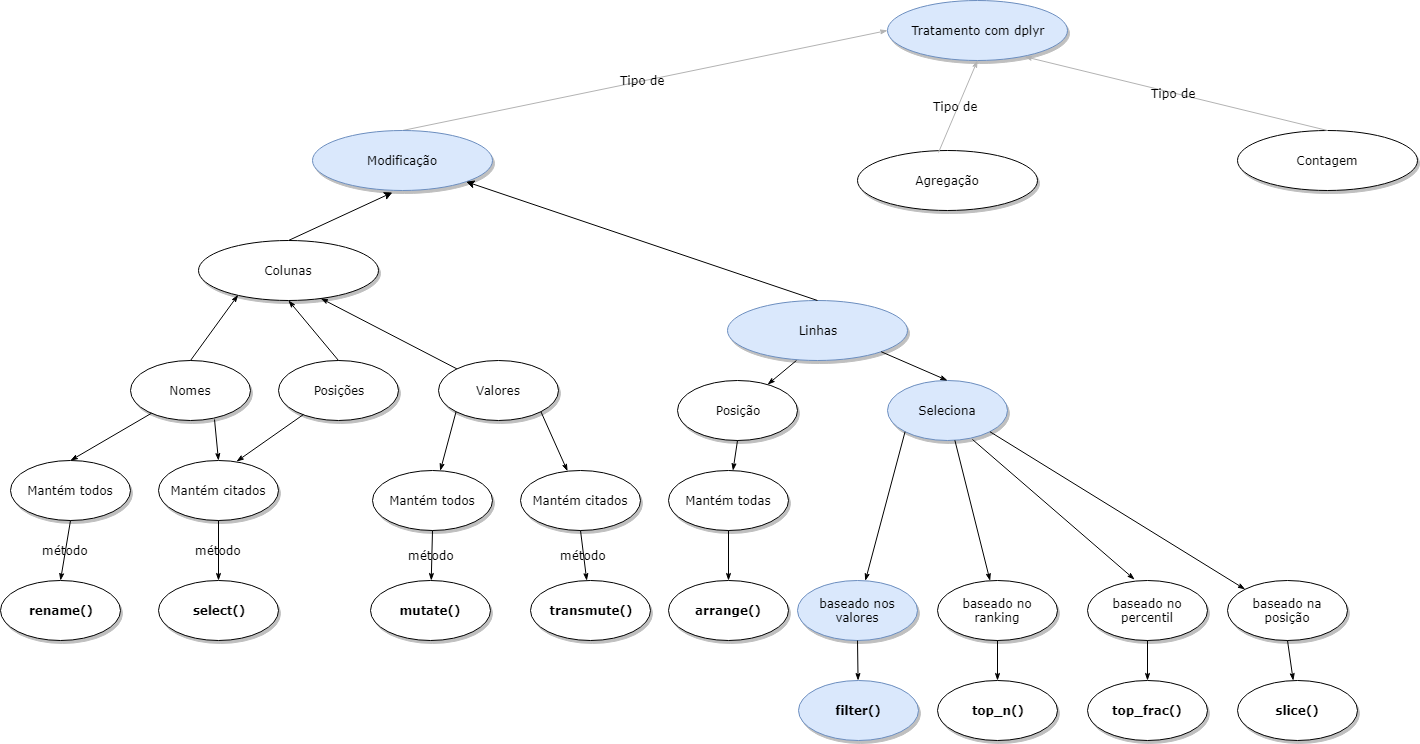
Earlier version of the draw.io export diagramas/dplyr_filter.png (crotman/CursoR). Source tidied: cells renumbered, new cells last; positions are measured from the earlier drawing's top-left corner, leaving out a move shared by most shapes.
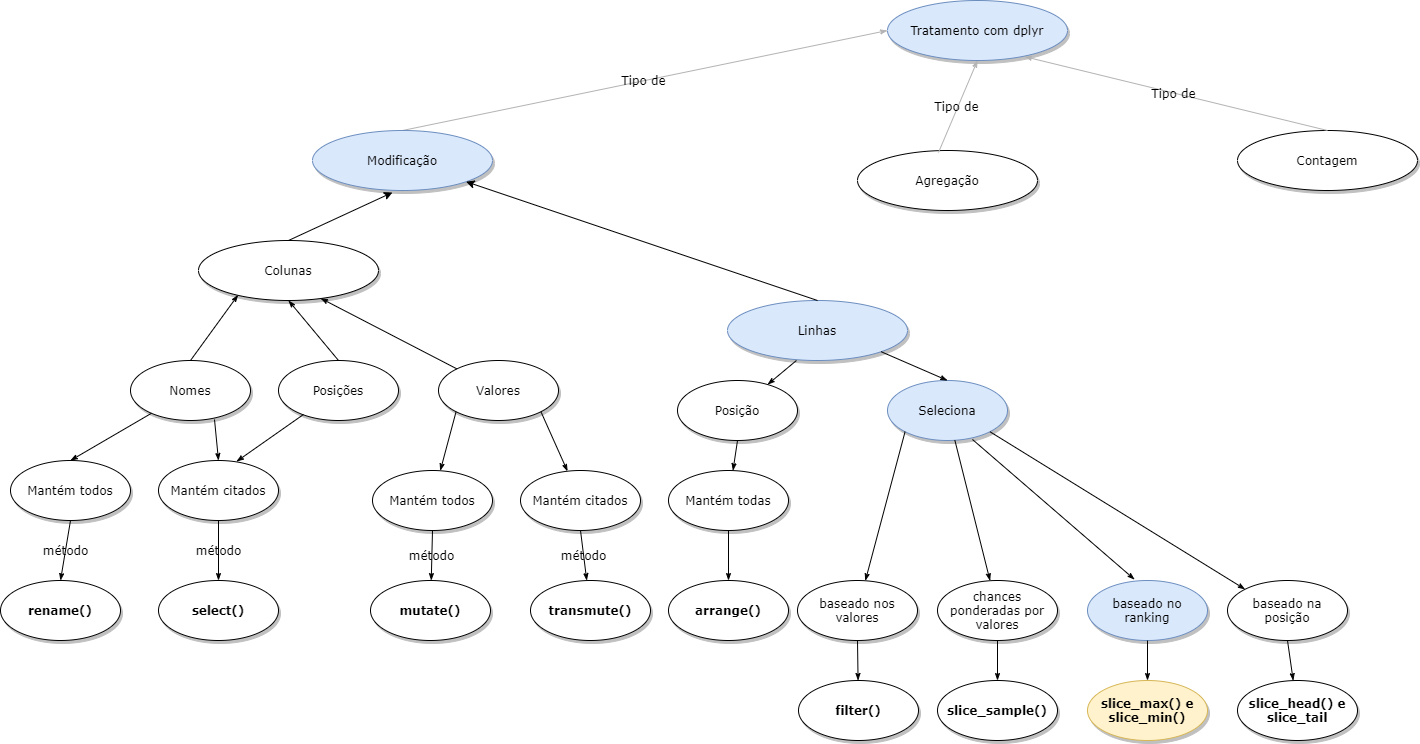
After the commit.

The edit, as a diff of the source:
```diff
@@ -128,13 +128,13 @@
     <mxCell id="43" style="edgeStyle=none;rounded=1;html=1;labelBackgroundColor=none;startArrow=none;startFill=0;startSize=5;endArrow=classicThin;endFill=1;endSize=5;jettySize=auto;strokeWidth=1;fontFamily=Verdana;fontSize=12;fontColor=#000000;entryX=0.5;entryY=0;entryDx=0;entryDy=0;exitX=1;exitY=1;exitDx=0;exitDy=0;" parent="1" edge="1" source="34" target="42">
       <mxGeometry relative="1" as="geometry" />
     </mxCell>
-    <mxCell id="44" value="baseado nos valores" style="ellipse;whiteSpace=wrap;html=1;rounded=0;shadow=1;comic=0;labelBackgroundColor=none;strokeWidth=1;fontFamily=Verdana;fontSize=12;align=center;fillColor=#dae8fc;strokeColor=#6c8ebf;" parent="1" vertex="1">
+    <mxCell id="44" value="baseado nos valores" style="ellipse;whiteSpace=wrap;html=1;rounded=0;shadow=1;comic=0;labelBackgroundColor=none;strokeWidth=1;fontFamily=Verdana;fontSize=12;align=center;" parent="1" vertex="1">
       <mxGeometry x="797" y="580" width="120" height="60" as="geometry" />
     </mxCell>
-    <mxCell id="45" value="baseado no ranking" style="ellipse;whiteSpace=wrap;html=1;rounded=0;shadow=1;comic=0;labelBackgroundColor=none;strokeWidth=1;fontFamily=Verdana;fontSize=12;align=center;" parent="1" vertex="1">
+    <mxCell id="45" value="chances ponderadas por valores" style="ellipse;whiteSpace=wrap;html=1;rounded=0;shadow=1;comic=0;labelBackgroundColor=none;strokeWidth=1;fontFamily=Verdana;fontSize=12;align=center;" parent="1" vertex="1">
       <mxGeometry x="937" y="580" width="120" height="60" as="geometry" />
     </mxCell>
-    <mxCell id="46" value="baseado no percentil" style="ellipse;whiteSpace=wrap;html=1;rounded=0;shadow=1;comic=0;labelBackgroundColor=none;strokeWidth=1;fontFamily=Verdana;fontSize=12;align=center;" parent="1" vertex="1">
+    <mxCell id="46" value="baseado no ranking" style="ellipse;whiteSpace=wrap;html=1;rounded=0;shadow=1;comic=0;labelBackgroundColor=none;strokeWidth=1;fontFamily=Verdana;fontSize=12;align=center;fillColor=#dae8fc;strokeColor=#6c8ebf;" parent="1" vertex="1">
       <mxGeometry x="1087" y="580" width="120" height="60" as="geometry" />
     </mxCell>
     <mxCell id="47" value="baseado na posição" style="ellipse;whiteSpace=wrap;html=1;rounded=0;shadow=1;comic=0;labelBackgroundColor=none;strokeWidth=1;fontFamily=Verdana;fontSize=12;align=center;" parent="1" vertex="1">
@@ -152,16 +152,16 @@
     <mxCell id="51" style="edgeStyle=none;rounded=1;html=1;labelBackgroundColor=none;startArrow=none;startFill=0;startSize=5;endArrow=classicThin;endFill=1;endSize=5;jettySize=auto;strokeWidth=1;fontFamily=Verdana;fontSize=12;fontColor=#000000;entryX=0;entryY=0;entryDx=0;entryDy=0;exitX=1;exitY=1;exitDx=0;exitDy=0;" parent="1" edge="1" source="42" target="47">
       <mxGeometry relative="1" as="geometry" />
     </mxCell>
-    <mxCell id="52" value="filter()" style="ellipse;whiteSpace=wrap;html=1;rounded=0;shadow=1;comic=0;labelBackgroundColor=none;strokeWidth=1;fontFamily=Verdana;fontSize=12;align=center;fontStyle=1;fillColor=#dae8fc;strokeColor=#6c8ebf;" parent="1" vertex="1">
+    <mxCell id="52" value="filter()" style="ellipse;whiteSpace=wrap;html=1;rounded=0;shadow=1;comic=0;labelBackgroundColor=none;strokeWidth=1;fontFamily=Verdana;fontSize=12;align=center;fontStyle=1;" parent="1" vertex="1">
       <mxGeometry x="798" y="680" width="120" height="60" as="geometry" />
     </mxCell>
-    <mxCell id="53" value="top_n()" style="ellipse;whiteSpace=wrap;html=1;rounded=0;shadow=1;comic=0;labelBackgroundColor=none;strokeWidth=1;fontFamily=Verdana;fontSize=12;align=center;fontStyle=1;" parent="1" vertex="1">
+    <mxCell id="53" value="slice_sample()" style="ellipse;whiteSpace=wrap;html=1;rounded=0;shadow=1;comic=0;labelBackgroundColor=none;strokeWidth=1;fontFamily=Verdana;fontSize=12;align=center;fontStyle=1;" parent="1" vertex="1">
       <mxGeometry x="937" y="680" width="120" height="60" as="geometry" />
     </mxCell>
-    <mxCell id="54" value="top_frac()" style="ellipse;whiteSpace=wrap;html=1;rounded=0;shadow=1;comic=0;labelBackgroundColor=none;strokeWidth=1;fontFamily=Verdana;fontSize=12;align=center;fontStyle=1;" parent="1" vertex="1">
+    <mxCell id="54" value="slice_max() e slice_min()" style="ellipse;whiteSpace=wrap;html=1;rounded=0;shadow=1;comic=0;labelBackgroundColor=none;strokeWidth=1;fontFamily=Verdana;fontSize=12;align=center;fontStyle=1;fillColor=#fff2cc;strokeColor=#d6b656;" parent="1" vertex="1">
       <mxGeometry x="1087" y="680" width="120" height="60" as="geometry" />
     </mxCell>
-    <mxCell id="55" value="slice()" style="ellipse;whiteSpace=wrap;html=1;rounded=0;shadow=1;comic=0;labelBackgroundColor=none;strokeWidth=1;fontFamily=Verdana;fontSize=12;align=center;fontStyle=1;" parent="1" vertex="1">
+    <mxCell id="55" value="slice_head() e slice_tail" style="ellipse;whiteSpace=wrap;html=1;rounded=0;shadow=1;comic=0;labelBackgroundColor=none;strokeWidth=1;fontFamily=Verdana;fontSize=12;align=center;fontStyle=1;" parent="1" vertex="1">
       <mxGeometry x="1237" y="680" width="120" height="60" as="geometry" />
     </mxCell>
     <mxCell id="56" style="edgeStyle=none;rounded=1;html=1;labelBackgroundColor=none;startArrow=none;startFill=0;startSize=5;endArrow=classicThin;endFill=1;endSize=5;jettySize=auto;strokeWidth=1;fontFamily=Verdana;fontSize=12;fontColor=#000000;exitX=0.5;exitY=1;exitDx=0;exitDy=0;" parent="1" edge="1" source="44" target="52">
```
